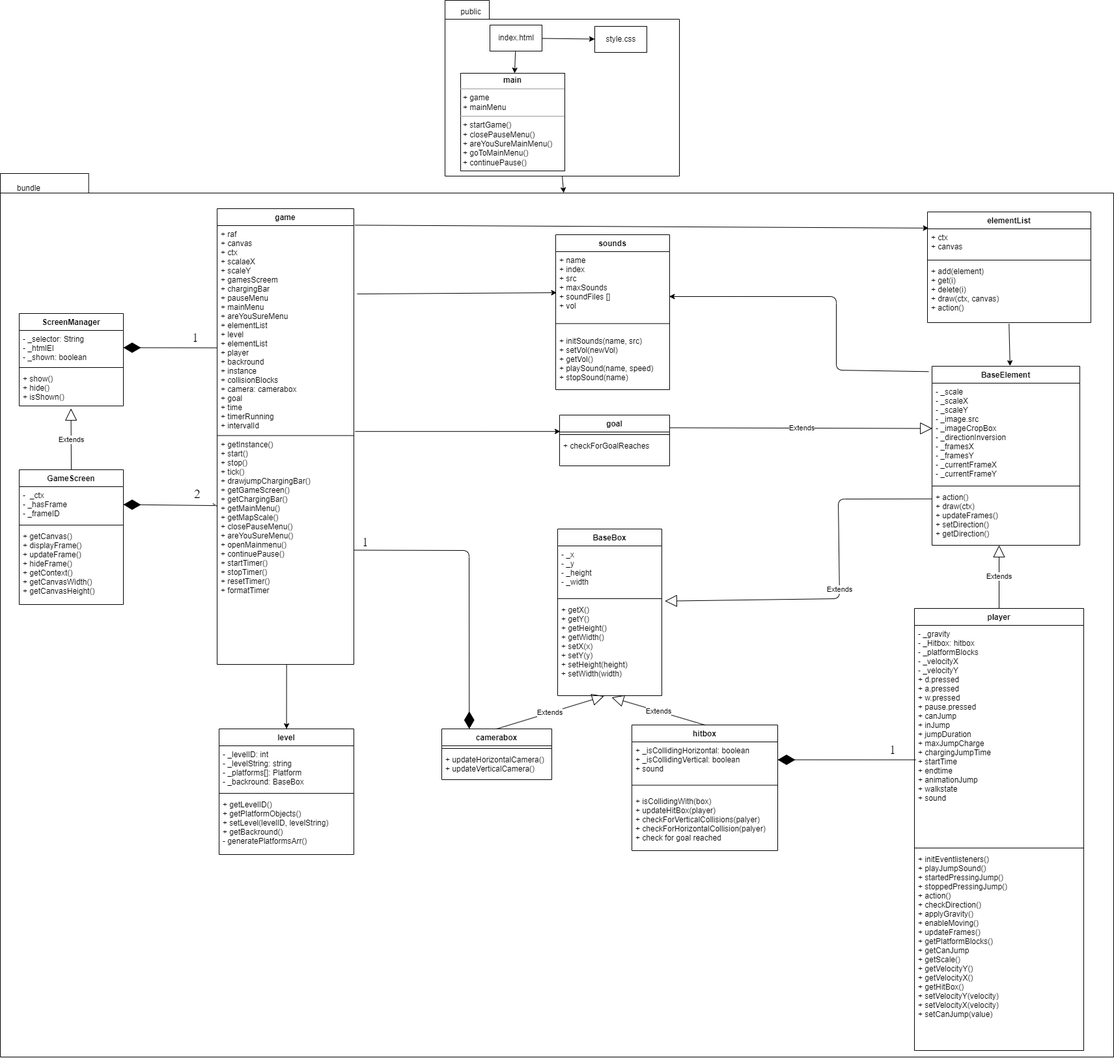
Earlier version of the draw.io export klassendiagramm.png (ozhadykov/browsergame-v2). Source tidied: cells renumbered, new cells last; positions are measured from the earlier drawing's top-left corner, leaving out a move shared by most shapes.
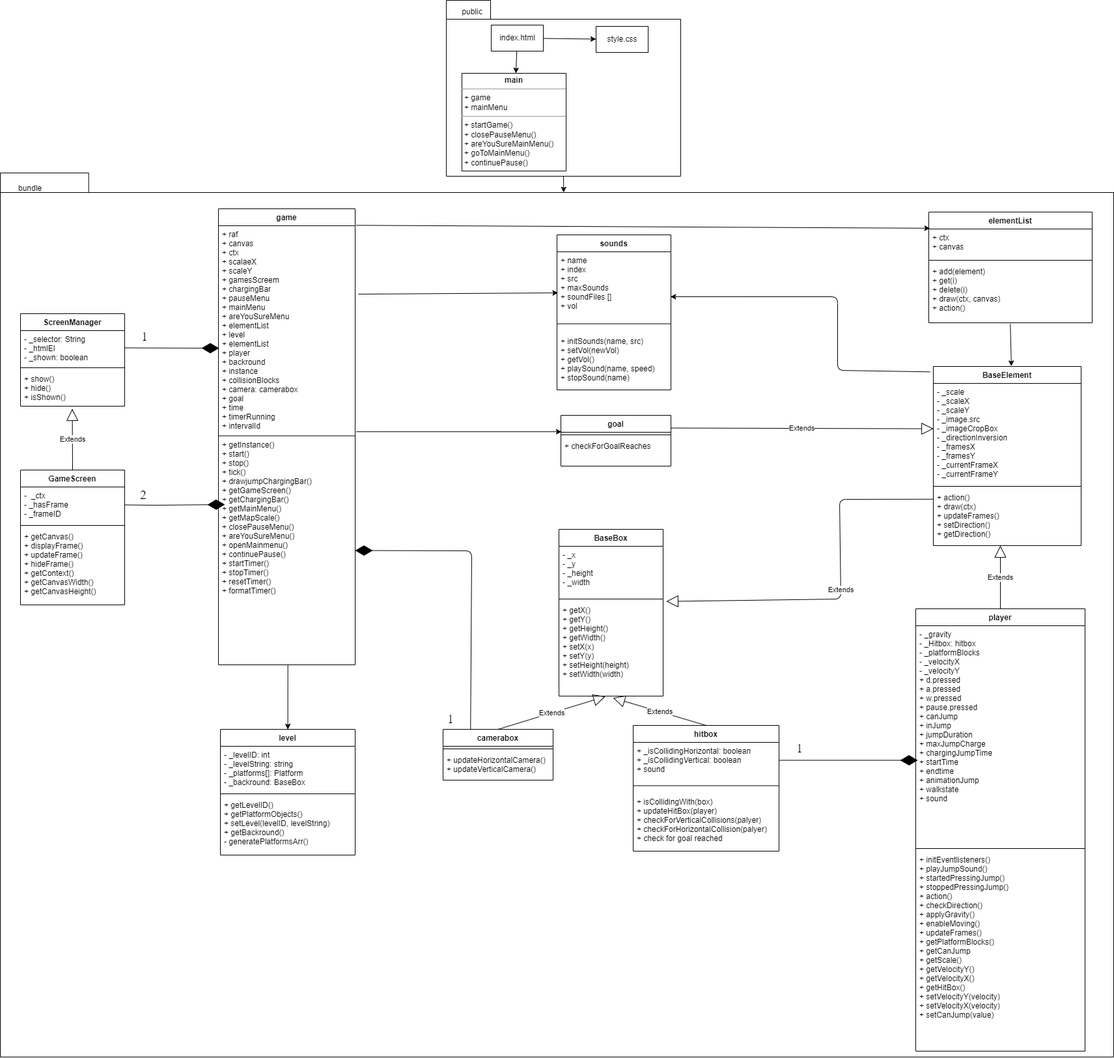
After the commit.

Change to the diagram source:
```diff
@@ -3,7 +3,7 @@
     <mxCell id="0" />
     <mxCell id="1" parent="0" />
     <mxCell id="2" value="&lt;span style=&quot;color: rgba(0, 0, 0, 0); font-family: monospace; font-size: 0px; font-weight: 400; text-align: start;&quot;&gt;%3CmxGraphModel%3E%3Croot%3E%3CmxCell%20id%3D%220%22%2F%3E%3CmxCell%20id%3D%221%22%20parent%3D%220%22%2F%3E%3CmxCell%20id%3D%222%22%20value%3D%22backround%26%2310%3B%22%20style%3D%22swimlane%3BfontStyle%3D1%3Balign%3Dcenter%3BverticalAlign%3Dtop%3BchildLayout%3DstackLayout%3Bhorizontal%3D1%3BstartSize%3D26%3BhorizontalStack%3D0%3BresizeParent%3D1%3BresizeParentMax%3D0%3BresizeLast%3D0%3Bcollapsible%3D1%3BmarginBottom%3D0%3B%22%20vertex%3D%221%22%20parent%3D%221%22%3E%3CmxGeometry%20x%3D%22-80%22%20y%3D%22950%22%20width%3D%22160%22%20height%3D%2286%22%20as%3D%22geometry%22%2F%3E%3C%2FmxCell%3E%3CmxCell%20id%3D%223%22%20value%3D%22%2B%20field%3A%20type%22%20style%3D%22text%3BstrokeColor%3Dnone%3BfillColor%3Dnone%3Balign%3Dleft%3BverticalAlign%3Dtop%3BspacingLeft%3D4%3BspacingRight%3D4%3Boverflow%3Dhidden%3Brotatable%3D0%3Bpoints%3D%5B%5B0%2C0.5%5D%2C%5B1%2C0.5%5D%5D%3BportConstraint%3Deastwest%3B%22%20vertex%3D%221%22%20parent%3D%222%22%3E%3CmxGeometry%20y%3D%2226%22%20width%3D%22160%22%20height%3D%2226%22%20as%3D%22geometry%22%2F%3E%3C%2FmxCell%3E%3CmxCell%20id%3D%224%22%20value%3D%22%22%20style%3D%22line%3BstrokeWidth%3D1%3BfillColor%3Dnone%3Balign%3Dleft%3BverticalAlign%3Dmiddle%3BspacingTop%3D-1%3BspacingLeft%3D3%3BspacingRight%3D3%3Brotatable%3D0%3BlabelPosition%3Dright%3Bpoints%3D%5B%5D%3BportConstraint%3Deastwest%3BstrokeColor%3Dinherit%3B%22%20vertex%3D%221%22%20parent%3D%222%22%3E%3CmxGeometry%20y%3D%2252%22%20width%3D%22160%22%20height%3D%228%22%20as%3D%22geometry%22%2F%3E%3C%2FmxCell%3E%3CmxCell%20id%3D%225%22%20value%3D%22%2B%20method(type)%3A%20type%22%20style%3D%22text%3BstrokeColor%3Dnone%3BfillColor%3Dnone%3Balign%3Dleft%3BverticalAlign%3Dtop%3BspacingLeft%3D4%3BspacingRight%3D4%3Boverflow%3Dhidden%3Brotatable%3D0%3Bpoints%3D%5B%5B0%2C0.5%5D%2C%5B1%2C0.5%5D%5D%3BportConstraint%3Deastwest%3B%22%20vertex%3D%221%22%20parent%3D%222%22%3E%3CmxGeometry%20y%3D%2260%22%20width%3D%22160%22%20height%3D%2226%22%20as%3D%22geometry%22%2F%3E%3C%2FmxCell%3E%3C%2Froot%3E%3C%2FmxGraphModel%3E&lt;/span&gt;" style="shape=folder;fontStyle=1;spacingTop=10;tabWidth=50;tabHeight=30;tabPosition=left;html=1;" parent="1" vertex="1">
-      <mxGeometry y="266" width="1710" height="1357" as="geometry" />
+      <mxGeometry x="-2" y="265" width="1710" height="1357" as="geometry" />
     </mxCell>
     <mxCell id="3" style="shape=folder;fontStyle=1;spacingTop=10;tabWidth=68;tabHeight=29;tabPosition=left;html=1;" parent="1" vertex="1">
       <mxGeometry x="683" width="360" height="270" as="geometry" />
@@ -38,7 +38,7 @@
     <mxCell id="13" style="line;strokeWidth=1;fillColor=none;align=left;verticalAlign=middle;spacingTop=-1;spacingLeft=3;spacingRight=3;labelPosition=right;strokeColor=inherit;" parent="11" vertex="1">
       <mxGeometry y="348" width="210" height="1" as="geometry" />
     </mxCell>
-    <mxCell id="14" value="+ getInstance()&#10;+ start()&#10;+ stop()&#10;+ tick()&#10;+ drawjumpChargingBar()&#10;+ getGameScreen()&#10;+ getChargingBar()&#10;+ getMainMenu()&#10;+ getMapScale()&#10;+ closePauseMenu()&#10;+ areYouSureMenu()&#10;+ openMainmenu()&#10;+ continuePause()&#10;+ startTimer()&#10;+ stopTimer()&#10;+ resetTimer()&#10;+ formatTimer&#10;&#10;&#10; " style="text;strokeColor=none;fillColor=none;align=left;verticalAlign=top;spacingLeft=4;spacingRight=4;overflow=hidden;points=[[0,0.5],[1,0.5]];portConstraint=eastwest;fontColor=#000000;" parent="11" vertex="1">
+    <mxCell id="14" value="+ getInstance()&#10;+ start()&#10;+ stop()&#10;+ tick()&#10;+ drawjumpChargingBar()&#10;+ getGameScreen()&#10;+ getChargingBar()&#10;+ getMainMenu()&#10;+ getMapScale()&#10;+ closePauseMenu()&#10;+ areYouSureMenu()&#10;+ openMainmenu()&#10;+ continuePause()&#10;+ startTimer()&#10;+ stopTimer()&#10;+ resetTimer()&#10;+ formatTimer()&#10;&#10;&#10; " style="text;strokeColor=none;fillColor=none;align=left;verticalAlign=top;spacingLeft=4;spacingRight=4;overflow=hidden;points=[[0,0.5],[1,0.5]];portConstraint=eastwest;fontColor=#000000;" parent="11" vertex="1">
       <mxGeometry y="349" width="210" height="351" as="geometry" />
     </mxCell>
     <mxCell id="15" value="elementList&#10;" style="swimlane;fontStyle=1;align=center;verticalAlign=top;horizontal=1;startSize=26;" parent="1" vertex="1">
@@ -220,36 +220,45 @@
     <mxCell id="69" style="edgeStyle=none;html=1;entryX=0.006;entryY=0.323;entryDx=0;entryDy=0;exitX=1.009;exitY=0.982;exitDx=0;exitDy=0;exitPerimeter=0;entryPerimeter=0;" parent="1" edge="1" source="12" target="65">
       <mxGeometry relative="1" as="geometry" />
     </mxCell>
-    <mxCell id="70" style="endArrow=diamondThin;endFill=1;endSize=24;html=1;hachureGap=4;fontFamily=Architects Daughter;fontSource=https%3A%2F%2Ffonts.googleapis.com%2Fcss%3Ffamily%3DArchitects%2BDaughter;fontSize=16;entryX=1;entryY=0.5;entryDx=0;entryDy=0;exitX=0.008;exitY=0.611;exitDx=0;exitDy=0;exitPerimeter=0;" parent="1" edge="1" source="25" target="35">
+    <mxCell id="70" style="endArrow=diamondThin;endFill=1;endSize=24;html=1;hachureGap=4;fontFamily=Architects Daughter;fontSource=https%3A%2F%2Ffonts.googleapis.com%2Fcss%3Ffamily%3DArchitects%2BDaughter;fontSize=16;exitX=1;exitY=0.5;exitDx=0;exitDy=0;entryX=0.012;entryY=0.611;entryDx=0;entryDy=0;entryPerimeter=0;" parent="1" edge="1" source="35" target="25">
       <mxGeometry relative="1" as="geometry" />
     </mxCell>
-    <mxCell id="71" style="endArrow=diamondThin;endFill=1;endSize=24;html=1;hachureGap=4;fontFamily=Architects Daughter;fontSource=https%3A%2F%2Ffonts.googleapis.com%2Fcss%3Ffamily%3DArchitects%2BDaughter;fontSize=16;entryX=0.25;entryY=0;entryDx=0;entryDy=0;exitX=1;exitY=0.5;exitDx=0;exitDy=0;" parent="1" edge="1" source="14" target="38">
-      <mxGeometry relative="1" as="geometry">
-        <Array as="points">
-          <mxPoint x="720" y="845" />
-        </Array>
-      </mxGeometry>
-    </mxCell>
     <mxCell id="72" value="&lt;font face=&quot;Times New Roman&quot;&gt;1&lt;/font&gt;" style="text;html=1;strokeColor=none;fillColor=none;align=center;verticalAlign=middle;whiteSpace=wrap;rounded=0;sketch=1;hachureGap=4;jiggle=2;curveFitting=1;fontFamily=Architects Daughter;fontSource=https%3A%2F%2Ffonts.googleapis.com%2Fcss%3Ffamily%3DArchitects%2BDaughter;fontSize=20;" parent="1" vertex="1">
-      <mxGeometry x="1341" y="1136" width="60" height="30" as="geometry" />
+      <mxGeometry x="1196" y="1133" width="60" height="30" as="geometry" />
     </mxCell>
     <mxCell id="73" value="&lt;font face=&quot;Times New Roman&quot;&gt;1&lt;/font&gt;" style="text;html=1;strokeColor=none;fillColor=none;align=center;verticalAlign=middle;whiteSpace=wrap;rounded=0;sketch=1;hachureGap=4;jiggle=2;curveFitting=1;fontFamily=Architects Daughter;fontSource=https%3A%2F%2Ffonts.googleapis.com%2Fcss%3Ffamily%3DArchitects%2BDaughter;fontSize=20;" parent="1" vertex="1">
-      <mxGeometry x="531" y="817" width="60" height="30" as="geometry" />
+      <mxGeometry x="660" y="1088" width="60" height="30" as="geometry" />
     </mxCell>
-    <mxCell id="74" style="endArrow=diamondThin;endFill=1;endSize=24;html=1;hachureGap=4;fontFamily=Architects Daughter;fontSource=https%3A%2F%2Ffonts.googleapis.com%2Fcss%3Ffamily%3DArchitects%2BDaughter;fontSize=16;entryX=1;entryY=0.5;entryDx=0;entryDy=0;exitX=-0.004;exitY=0.583;exitDx=0;exitDy=0;exitPerimeter=0;" parent="1" edge="1" source="12" target="53">
-      <mxGeometry relative="1" as="geometry" />
-    </mxCell>
-    <mxCell id="75" value="&lt;font face=&quot;Times New Roman&quot;&gt;1&lt;/font&gt;" style="text;html=1;strokeColor=none;fillColor=none;align=center;verticalAlign=middle;whiteSpace=wrap;rounded=0;sketch=1;hachureGap=4;jiggle=2;curveFitting=1;fontFamily=Architects Daughter;fontSource=https%3A%2F%2Ffonts.googleapis.com%2Fcss%3Ffamily%3DArchitects%2BDaughter;fontSize=20;" parent="1" vertex="1">
-      <mxGeometry x="270" y="503" width="60" height="30" as="geometry" />
-    </mxCell>
-    <mxCell id="76" style="endArrow=diamondThin;endFill=1;endSize=24;html=1;hachureGap=4;fontFamily=Architects Daughter;fontSource=https%3A%2F%2Ffonts.googleapis.com%2Fcss%3Ffamily%3DArchitects%2BDaughter;fontSize=16;entryX=1;entryY=0.5;entryDx=0;entryDy=0;exitX=-0.016;exitY=0.305;exitDx=0;exitDy=0;exitPerimeter=0;" parent="1" edge="1" source="14" target="57">
-      <mxGeometry relative="1" as="geometry" />
-    </mxCell>
     <mxCell id="77" style="edgeStyle=none;sketch=0;hachureGap=4;jiggle=2;curveFitting=1;html=1;fontFamily=Times New Roman;fontSize=16;endArrow=none;endFill=0;" parent="1" edge="1" source="78" target="14">
       <mxGeometry relative="1" as="geometry" />
     </mxCell>
-    <mxCell id="78" value="&lt;font face=&quot;Times New Roman&quot;&gt;2&lt;br&gt;&lt;/font&gt;" style="text;html=1;strokeColor=none;fillColor=none;align=center;verticalAlign=middle;whiteSpace=wrap;rounded=0;sketch=1;hachureGap=4;jiggle=2;curveFitting=1;fontFamily=Architects Daughter;fontSource=https%3A%2F%2Ffonts.googleapis.com%2Fcss%3Ffamily%3DArchitects%2BDaughter;fontSize=20;" parent="1" vertex="1">
-      <mxGeometry x="273" y="743" width="60" height="30" as="geometry" />
+    <mxCell id="78" value="&lt;font face=&quot;Times New Roman&quot;&gt;&lt;br&gt;&lt;/font&gt;" style="text;html=1;strokeColor=none;fillColor=none;align=center;verticalAlign=middle;whiteSpace=wrap;rounded=0;sketch=1;hachureGap=4;jiggle=2;curveFitting=1;fontFamily=Architects Daughter;fontSource=https%3A%2F%2Ffonts.googleapis.com%2Fcss%3Ffamily%3DArchitects%2BDaughter;fontSize=20;" parent="1" vertex="1">
+      <mxGeometry x="283" y="744" width="60" height="30" as="geometry" />
     </mxCell>
+    <mxCell id="76" style="endArrow=diamondThin;endFill=1;endSize=24;html=1;hachureGap=4;fontFamily=Architects Daughter;fontSource=https%3A%2F%2Ffonts.googleapis.com%2Fcss%3Ffamily%3DArchitects%2BDaughter;fontSize=16;entryX=1;entryY=1;entryDx=0;entryDy=0;exitX=1;exitY=0.5;exitDx=0;exitDy=0;" parent="1" edge="1" source="57" target="78">
+      <mxGeometry relative="1" as="geometry">
+        <Array as="points">
+          <mxPoint x="236" y="775" />
+        </Array>
+      </mxGeometry>
+    </mxCell>
+    <mxCell id="79" style="endArrow=diamondThin;endFill=1;endSize=24;html=1;hachureGap=4;fontFamily=Architects Daughter;fontSource=https%3A%2F%2Ffonts.googleapis.com%2Fcss%3Ffamily%3DArchitects%2BDaughter;fontSize=16;exitX=1;exitY=0.5;exitDx=0;exitDy=0;entryX=1;entryY=1;entryDx=0;entryDy=0;" parent="1" edge="1" source="53">
+      <mxGeometry relative="1" as="geometry">
+        <mxPoint x="334" y="534" as="targetPoint" />
+      </mxGeometry>
+    </mxCell>
+    <mxCell id="80" style="endArrow=diamondThin;endFill=1;endSize=24;html=1;hachureGap=4;fontFamily=Architects Daughter;fontSource=https%3A%2F%2Ffonts.googleapis.com%2Fcss%3Ffamily%3DArchitects%2BDaughter;fontSize=16;entryX=1;entryY=0.5;entryDx=0;entryDy=0;exitX=0.25;exitY=0;exitDx=0;exitDy=0;" parent="1" edge="1" source="38" target="14">
+      <mxGeometry relative="1" as="geometry">
+        <Array as="points">
+          <mxPoint x="722" y="845" />
+        </Array>
+      </mxGeometry>
+    </mxCell>
+    <mxCell id="81" value="&lt;font face=&quot;Times New Roman&quot;&gt;2&lt;/font&gt;" style="text;html=1;strokeColor=none;fillColor=none;align=center;verticalAlign=middle;whiteSpace=wrap;rounded=0;sketch=1;hachureGap=4;jiggle=2;curveFitting=1;fontFamily=Architects Daughter;fontSource=https%3A%2F%2Ffonts.googleapis.com%2Fcss%3Ffamily%3DArchitects%2BDaughter;fontSize=20;" parent="1" vertex="1">
+      <mxGeometry x="188" y="744" width="60" height="30" as="geometry" />
+    </mxCell>
+    <mxCell id="75" value="&lt;font face=&quot;Times New Roman&quot;&gt;1&lt;/font&gt;" style="text;html=1;strokeColor=none;fillColor=none;align=center;verticalAlign=middle;whiteSpace=wrap;rounded=0;sketch=1;hachureGap=4;jiggle=2;curveFitting=1;fontFamily=Architects Daughter;fontSource=https%3A%2F%2Ffonts.googleapis.com%2Fcss%3Ffamily%3DArchitects%2BDaughter;fontSize=20;" parent="1" vertex="1">
+      <mxGeometry x="190" y="501" width="60" height="30" as="geometry" />
+    </mxCell>
   </root>
 </mxGraphModel>
```
